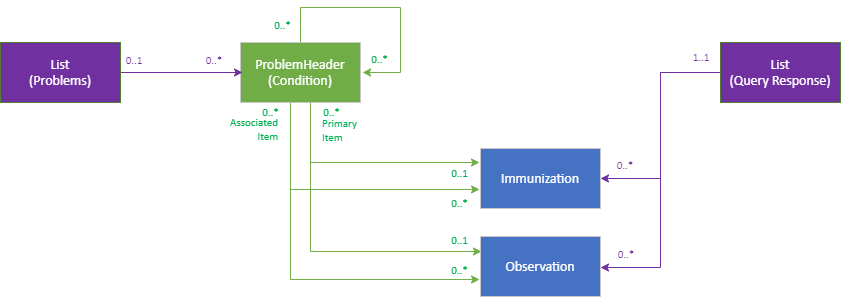
This is images/access_structured/Immunisation_Return_2.png from nhsconnect/gpconnect, a draw.io export, as it was before one commit. Source tidied: cells renumbered, new cells last; positions are measured from the earlier drawing's top-left corner, leaving out a move shared by most shapes. The source it was exported from:
```xml
<mxGraphModel>
  <root>
    <mxCell id="0" />
    <mxCell id="1" parent="0" />
    <mxCell id="2" value="&lt;font style=&quot;font-size:14px;font-family:Calibri;color:#feffff;direction:ltr;letter-spacing:0px;line-height:120%;opacity:1&quot;&gt;Immunization&lt;br/&gt;&lt;/font&gt;" style="verticalAlign=middle;align=center;vsdxID=1041;fillColor=#4672c4;gradientColor=none;shape=(stored shape, 160 characters);strokeColor=#c8c8c8;spacingTop=-1;spacingBottom=-1;spacingLeft=-1;spacingRight=-1;labelBackgroundColor=none;rounded=0;html=1;whiteSpace=wrap;" parent="1" vertex="1">
      <mxGeometry x="480" y="141" width="120" height="60" as="geometry" />
    </mxCell>
    <mxCell id="3" style="edgeStyle=orthogonalEdgeStyle;rounded=0;orthogonalLoop=1;jettySize=auto;html=1;strokeColor=#70AD47;entryX=1.017;entryY=0.5;entryDx=0;entryDy=0;entryPerimeter=0;" parent="1" edge="1" source="8" target="8">
      <mxGeometry relative="1" as="geometry">
        <Array as="points">
          <mxPoint x="300" />
          <mxPoint x="400" />
          <mxPoint x="400" y="65" />
        </Array>
      </mxGeometry>
    </mxCell>
    <mxCell id="4" style="edgeStyle=orthogonalEdgeStyle;rounded=0;jettySize=auto;html=1;strokeColor=#70AD47;" parent="1" edge="1" source="8">
      <mxGeometry relative="1" as="geometry">
        <mxPoint x="479" y="155" as="targetPoint" />
        <Array as="points">
          <mxPoint x="310" y="155" />
        </Array>
      </mxGeometry>
    </mxCell>
    <mxCell id="5" style="edgeStyle=orthogonalEdgeStyle;rounded=0;jettySize=auto;html=1;entryX=-0.008;entryY=0.683;entryDx=0;entryDy=0;entryPerimeter=0;strokeColor=#70AD47;" parent="1" edge="1" source="8" target="2">
      <mxGeometry relative="1" as="geometry">
        <Array as="points">
          <mxPoint x="290" y="182" />
        </Array>
      </mxGeometry>
    </mxCell>
    <mxCell id="6" style="edgeStyle=orthogonalEdgeStyle;rounded=0;jettySize=auto;html=1;entryX=0.008;entryY=0.25;entryDx=0;entryDy=0;entryPerimeter=0;strokeColor=#70AD47;" parent="1" edge="1" source="8" target="16">
      <mxGeometry relative="1" as="geometry">
        <Array as="points">
          <mxPoint x="310" y="244" />
        </Array>
      </mxGeometry>
    </mxCell>
    <mxCell id="7" style="edgeStyle=orthogonalEdgeStyle;rounded=0;jettySize=auto;html=1;entryX=-0.008;entryY=0.717;entryDx=0;entryDy=0;entryPerimeter=0;strokeColor=#70AD47;" parent="1" edge="1" source="8" target="16">
      <mxGeometry relative="1" as="geometry">
        <Array as="points">
          <mxPoint x="290" y="272" />
        </Array>
      </mxGeometry>
    </mxCell>
    <mxCell id="8" value="&lt;font style=&quot;font-size:14px;font-family:Calibri;color:#feffff;direction:ltr;letter-spacing:0px;line-height:120%;opacity:1&quot;&gt;ProblemHeader&lt;br/&gt;(Condition)&lt;br/&gt;&lt;/font&gt;" style="verticalAlign=middle;align=center;vsdxID=1056;fillColor=#70ad47;gradientColor=none;shape=(stored shape, 160 characters);strokeColor=#c8c8c8;spacingTop=-1;spacingBottom=-1;spacingLeft=-1;spacingRight=-1;labelBackgroundColor=none;rounded=0;html=1;whiteSpace=wrap;" parent="1" vertex="1">
      <mxGeometry x="240" y="35" width="120" height="60" as="geometry" />
    </mxCell>
    <mxCell id="9" value="&lt;p style=&quot;align:left;margin-left:0;margin-right:0;margin-top:0px;margin-bottom:0px;text-indent:0;valign:middle;direction:ltr;&quot;&gt;&lt;font style=&quot;font-size:11px;font-family:Calibri;color:#00b050;direction:ltr;letter-spacing:0px;line-height:120%;opacity:1&quot;&gt;Primary&lt;br/&gt;Item&lt;br/&gt;&lt;/font&gt;&lt;/p&gt;" style="verticalAlign=middle;align=left;vsdxID=1087;fillColor=none;gradientColor=none;shape=(stored shape, 160 characters);strokeColor=none;labelBackgroundColor=none;rounded=0;html=1;whiteSpace=wrap;" parent="1" vertex="1">
      <mxGeometry x="320" y="109" width="80" height="26" as="geometry" />
    </mxCell>
    <mxCell id="10" value="&lt;p style=&quot;align:right;margin-left:0;margin-right:0;margin-top:0px;margin-bottom:0px;text-indent:0;valign:middle;direction:ltr;&quot;&gt;&lt;font style=&quot;font-size:11px;font-family:Calibri;color:#00b050;direction:ltr;letter-spacing:0px;line-height:120%;opacity:1&quot;&gt;Associated&lt;br/&gt;Item&lt;br/&gt;&lt;/font&gt;&lt;/p&gt;" style="verticalAlign=middle;align=right;vsdxID=1088;fillColor=none;gradientColor=none;shape=(stored shape, 160 characters);strokeColor=none;labelBackgroundColor=none;rounded=0;html=1;whiteSpace=wrap;" parent="1" vertex="1">
      <mxGeometry x="200" y="108" width="80" height="26" as="geometry" />
    </mxCell>
    <mxCell id="11" style="edgeStyle=orthogonalEdgeStyle;rounded=0;jettySize=auto;html=1;entryX=1;entryY=0.5;entryDx=0;entryDy=0;entryPerimeter=0;strokeColor=#7030A0;" parent="1" edge="1" source="13" target="2">
      <mxGeometry relative="1" as="geometry" />
    </mxCell>
    <mxCell id="12" style="edgeStyle=orthogonalEdgeStyle;rounded=0;jettySize=auto;html=1;entryX=1;entryY=0.517;entryDx=0;entryDy=0;entryPerimeter=0;strokeColor=#7030A0;" parent="1" edge="1" source="13" target="16">
      <mxGeometry relative="1" as="geometry" />
    </mxCell>
    <mxCell id="13" value="&lt;font style=&quot;font-size:14px;font-family:Calibri;color:#feffff;direction:ltr;letter-spacing:0px;line-height:120%;opacity:1&quot;&gt;List&lt;br/&gt;(Query Response)&lt;br/&gt;&lt;/font&gt;" style="verticalAlign=middle;align=center;vsdxID=1089;fillColor=#7030a0;gradientColor=none;shape=(stored shape, 160 characters);strokeColor=#507e32;spacingTop=-1;spacingBottom=-1;spacingLeft=-1;spacingRight=-1;labelBackgroundColor=none;rounded=0;html=1;whiteSpace=wrap;" parent="1" vertex="1">
      <mxGeometry x="720" y="35" width="120" height="60" as="geometry" />
    </mxCell>
    <mxCell id="14" style="edgeStyle=orthogonalEdgeStyle;rounded=0;jettySize=auto;html=1;entryX=0.017;entryY=0.5;entryDx=0;entryDy=0;entryPerimeter=0;strokeColor=#7030A0;" parent="1" edge="1" source="15" target="8">
      <mxGeometry relative="1" as="geometry" />
    </mxCell>
    <mxCell id="15" value="&lt;font style=&quot;font-size: 14px ; font-family: &amp;#34;calibri&amp;#34; ; color: #feffff ; direction: ltr ; letter-spacing: 0px ; line-height: 120% ; opacity: 1&quot;&gt;List&lt;br&gt;(Problems)&lt;br&gt;&lt;/font&gt;" style="verticalAlign=middle;align=center;vsdxID=1089;fillColor=#7030a0;gradientColor=none;shape=(stored shape, 160 characters);strokeColor=#507e32;spacingTop=-1;spacingBottom=-1;spacingLeft=-1;spacingRight=-1;labelBackgroundColor=none;rounded=0;html=1;whiteSpace=wrap;" parent="1" vertex="1">
      <mxGeometry y="35" width="120" height="60" as="geometry" />
    </mxCell>
    <mxCell id="16" value="&lt;font style=&quot;font-size: 14px ; font-family: &amp;#34;calibri&amp;#34; ; color: #feffff ; direction: ltr ; letter-spacing: 0px ; line-height: 120% ; opacity: 1&quot;&gt;Observation&lt;br&gt;&lt;/font&gt;" style="verticalAlign=middle;align=center;vsdxID=1041;fillColor=#4672c4;gradientColor=none;shape=(stored shape, 160 characters);strokeColor=#c8c8c8;spacingTop=-1;spacingBottom=-1;spacingLeft=-1;spacingRight=-1;labelBackgroundColor=none;rounded=0;html=1;whiteSpace=wrap;" parent="1" vertex="1">
      <mxGeometry x="480" y="229" width="120" height="60" as="geometry" />
    </mxCell>
    <mxCell id="17" value="&lt;font style=&quot;font-size:11px;font-family:Calibri;color:#00b050;direction:ltr;letter-spacing:0px;line-height:120%;opacity:1&quot;&gt;0..*&lt;br/&gt;&lt;/font&gt;" style="verticalAlign=middle;align=center;vsdxID=1079;fillColor=none;gradientColor=none;strokeColor=none;spacingTop=-3;spacingBottom=-3;spacingLeft=-3;spacingRight=-3;labelBackgroundColor=none;rounded=0;html=1;whiteSpace=wrap;" parent="1" vertex="1">
      <mxGeometry x="261" y="97" width="19" height="13" as="geometry" />
    </mxCell>
    <mxCell id="18" value="&lt;font style=&quot;font-size:11px;font-family:Calibri;color:#00b050;direction:ltr;letter-spacing:0px;line-height:120%;opacity:1&quot;&gt;0..*&lt;br/&gt;&lt;/font&gt;" style="verticalAlign=middle;align=center;vsdxID=1079;fillColor=none;gradientColor=none;strokeColor=none;spacingTop=-3;spacingBottom=-3;spacingLeft=-3;spacingRight=-3;labelBackgroundColor=none;rounded=0;html=1;whiteSpace=wrap;" parent="1" vertex="1">
      <mxGeometry x="322" y="97" width="19" height="13" as="geometry" />
    </mxCell>
    <mxCell id="19" value="&lt;font style=&quot;font-size:11px;font-family:Calibri;color:#00b050;direction:ltr;letter-spacing:0px;line-height:120%;opacity:1&quot;&gt;0..*&lt;br/&gt;&lt;/font&gt;" style="verticalAlign=middle;align=center;vsdxID=1079;fillColor=none;gradientColor=none;strokeColor=none;spacingTop=-3;spacingBottom=-3;spacingLeft=-3;spacingRight=-3;labelBackgroundColor=none;rounded=0;html=1;whiteSpace=wrap;" parent="1" vertex="1">
      <mxGeometry x="450" y="188" width="19" height="13" as="geometry" />
    </mxCell>
    <mxCell id="20" value="&lt;font style=&quot;font-size: 11px ; font-family: &amp;#34;calibri&amp;#34; ; color: #00b050 ; direction: ltr ; letter-spacing: 0px ; line-height: 120% ; opacity: 1&quot;&gt;0..1&lt;br&gt;&lt;/font&gt;" style="verticalAlign=middle;align=center;vsdxID=1079;fillColor=none;gradientColor=none;strokeColor=none;spacingTop=-3;spacingBottom=-3;spacingLeft=-3;spacingRight=-3;labelBackgroundColor=none;rounded=0;html=1;whiteSpace=wrap;" parent="1" vertex="1">
      <mxGeometry x="450" y="158" width="19" height="13" as="geometry" />
    </mxCell>
    <mxCell id="21" value="&lt;font style=&quot;font-size: 11px ; font-family: &amp;#34;calibri&amp;#34; ; color: #00b050 ; direction: ltr ; letter-spacing: 0px ; line-height: 120% ; opacity: 1&quot;&gt;0..1&lt;br&gt;&lt;/font&gt;" style="verticalAlign=middle;align=center;vsdxID=1079;fillColor=none;gradientColor=none;strokeColor=none;spacingTop=-3;spacingBottom=-3;spacingLeft=-3;spacingRight=-3;labelBackgroundColor=none;rounded=0;html=1;whiteSpace=wrap;" parent="1" vertex="1">
      <mxGeometry x="450" y="225" width="19" height="13" as="geometry" />
    </mxCell>
    <mxCell id="22" value="&lt;font style=&quot;font-size:11px;font-family:Calibri;color:#00b050;direction:ltr;letter-spacing:0px;line-height:120%;opacity:1&quot;&gt;0..*&lt;br/&gt;&lt;/font&gt;" style="verticalAlign=middle;align=center;vsdxID=1079;fillColor=none;gradientColor=none;strokeColor=none;spacingTop=-3;spacingBottom=-3;spacingLeft=-3;spacingRight=-3;labelBackgroundColor=none;rounded=0;html=1;whiteSpace=wrap;" parent="1" vertex="1">
      <mxGeometry x="450" y="255" width="19" height="13" as="geometry" />
    </mxCell>
    <mxCell id="23" value="Connector" parent="0" />
    <mxCell id="24" style="vsdxID=1077;fillColor=none;gradientColor=none;shape=(stored shape, 176 characters);strokeColor=#00b050;strokeWidth=2;labelBackgroundColor=#ffffff;rounded=0;html=1;whiteSpace=wrap;" parent="23" vertex="1">
      <mxGeometry x="300" y="65" width="60" height="-30" as="geometry" />
    </mxCell>
    <mxCell id="25" value="&lt;font style=&quot;font-size:11px;font-family:Calibri;color:#00b050;direction:ltr;letter-spacing:0px;line-height:120%;opacity:1&quot;&gt;0..*&lt;br/&gt;&lt;/font&gt;" style="verticalAlign=middle;align=center;vsdxID=1078;fillColor=none;gradientColor=none;strokeColor=none;spacingTop=-3;spacingBottom=-3;spacingLeft=-3;spacingRight=-3;labelBackgroundColor=none;rounded=0;html=1;whiteSpace=wrap;" parent="24" vertex="1">
      <mxGeometry x="-27" y="-55" width="19" height="13" as="geometry" />
    </mxCell>
    <mxCell id="26" value="&lt;font style=&quot;font-size:11px;font-family:Calibri;color:#00b050;direction:ltr;letter-spacing:0px;line-height:120%;opacity:1&quot;&gt;0..*&lt;br/&gt;&lt;/font&gt;" style="verticalAlign=middle;align=center;vsdxID=1079;fillColor=none;gradientColor=none;strokeColor=none;spacingTop=-3;spacingBottom=-3;spacingLeft=-3;spacingRight=-3;labelBackgroundColor=none;rounded=0;html=1;whiteSpace=wrap;" parent="24" vertex="1">
      <mxGeometry x="70" y="-21" width="19" height="13" as="geometry" />
    </mxCell>
    <mxCell id="27" style="vsdxID=1090;fillColor=none;gradientColor=none;shape=(stored shape, 148 characters);strokeColor=#7030a0;strokeWidth=2;labelBackgroundColor=#FFFFFF;rounded=0;html=1;whiteSpace=wrap;" parent="23" vertex="1">
      <mxGeometry x="700" y="115" width="-20" height="-80" as="geometry" />
    </mxCell>
    <mxCell id="28" style="vsdxID=1090;fillColor=none;gradientColor=none;shape=(stored shape, 148 characters);strokeColor=#7030a0;strokeWidth=2;labelBackgroundColor=#FFFFFF;rounded=0;html=1;whiteSpace=wrap;" parent="23" vertex="1">
      <mxGeometry x="240" y="65" width="-20" height="-80" as="geometry" />
    </mxCell>
    <mxCell id="29" value="&lt;font style=&quot;font-size:11px;font-family:Calibri;color:#7030a0;direction:ltr;letter-spacing:0px;line-height:120%;opacity:1&quot;&gt;0&lt;/font&gt;&lt;font style=&quot;font-size:11px;font-family:Calibri;color:#7030a0;direction:ltr;letter-spacing:0px;line-height:120%;opacity:1&quot;&gt;..*&lt;br/&gt;&lt;/font&gt;" style="verticalAlign=middle;align=center;vsdxID=1092;fillColor=none;gradientColor=none;strokeColor=none;labelBackgroundColor=#FFFFFF;rounded=0;html=1;whiteSpace=wrap;" parent="28" vertex="1">
      <mxGeometry x="-41" y="-25" width="30" height="24" as="geometry" />
    </mxCell>
    <mxCell id="30" style="vsdxID=1090;fillColor=none;gradientColor=none;shape=(stored shape, 148 characters);strokeColor=#7030a0;strokeWidth=2;labelBackgroundColor=#FFFFFF;rounded=0;html=1;whiteSpace=wrap;" parent="23" vertex="1">
      <mxGeometry x="160" y="65" width="-20" height="-80" as="geometry" />
    </mxCell>
    <mxCell id="31" value="&lt;font style=&quot;font-size: 11px ; font-family: &amp;#34;calibri&amp;#34; ; color: #7030a0 ; direction: ltr ; letter-spacing: 0px ; line-height: 120% ; opacity: 1&quot;&gt;0&lt;/font&gt;&lt;font style=&quot;font-size: 11px ; font-family: &amp;#34;calibri&amp;#34; ; color: #7030a0 ; direction: ltr ; letter-spacing: 0px ; line-height: 120% ; opacity: 1&quot;&gt;..1&lt;br&gt;&lt;/font&gt;" style="verticalAlign=middle;align=center;vsdxID=1092;fillColor=none;gradientColor=none;strokeColor=none;labelBackgroundColor=#FFFFFF;rounded=0;html=1;whiteSpace=wrap;" parent="30" vertex="1">
      <mxGeometry x="-41" y="-25" width="30" height="24" as="geometry" />
    </mxCell>
    <mxCell id="32" value="&lt;font style=&quot;font-size:11px;font-family:Calibri;color:#7030a0;direction:ltr;letter-spacing:0px;line-height:120%;opacity:1&quot;&gt;1&lt;/font&gt;&lt;font style=&quot;font-size:11px;font-family:Calibri;color:#7030a0;direction:ltr;letter-spacing:0px;line-height:120%;opacity:1&quot;&gt;..1&lt;br/&gt;&lt;/font&gt;" style="verticalAlign=middle;align=center;vsdxID=1091;fillColor=none;gradientColor=none;strokeColor=none;labelBackgroundColor=#FFFFFF;rounded=0;html=1;whiteSpace=wrap;" parent="23" vertex="1">
      <mxGeometry x="686" y="37" width="30" height="24" as="geometry" />
    </mxCell>
    <mxCell id="33" value="&lt;font style=&quot;font-size:11px;font-family:Calibri;color:#7030a0;direction:ltr;letter-spacing:0px;line-height:120%;opacity:1&quot;&gt;0&lt;/font&gt;&lt;font style=&quot;font-size:11px;font-family:Calibri;color:#7030a0;direction:ltr;letter-spacing:0px;line-height:120%;opacity:1&quot;&gt;..*&lt;br/&gt;&lt;/font&gt;" style="verticalAlign=middle;align=center;vsdxID=1092;fillColor=none;gradientColor=none;strokeColor=none;labelBackgroundColor=#FFFFFF;rounded=0;html=1;whiteSpace=wrap;" parent="23" vertex="1">
      <mxGeometry x="610" y="145" width="30" height="24" as="geometry" />
    </mxCell>
    <mxCell id="34" value="&lt;font style=&quot;font-size:11px;font-family:Calibri;color:#7030a0;direction:ltr;letter-spacing:0px;line-height:120%;opacity:1&quot;&gt;0&lt;/font&gt;&lt;font style=&quot;font-size:11px;font-family:Calibri;color:#7030a0;direction:ltr;letter-spacing:0px;line-height:120%;opacity:1&quot;&gt;..*&lt;br/&gt;&lt;/font&gt;" style="verticalAlign=middle;align=center;vsdxID=1092;fillColor=none;gradientColor=none;strokeColor=none;labelBackgroundColor=#FFFFFF;rounded=0;html=1;whiteSpace=wrap;" parent="23" vertex="1">
      <mxGeometry x="611" y="234" width="30" height="24" as="geometry" />
    </mxCell>
    <mxCell id="35" value="Annotations" parent="0" />
    <mxCell id="36" value="Relationships" parent="0" />
  </root>
</mxGraphModel>
```
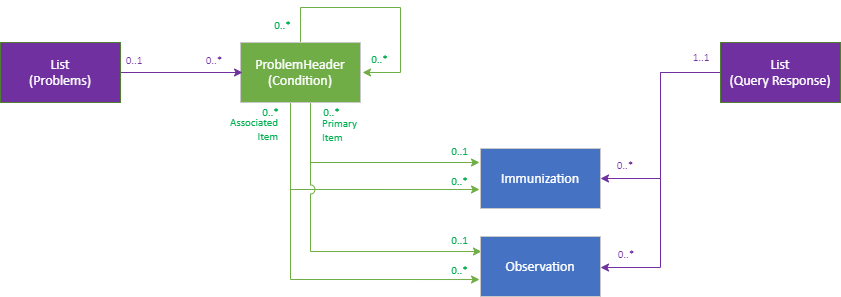
The same file after the commit.

Diff of the diagram source:
```diff
@@ -22,14 +22,14 @@
         </Array>
       </mxGeometry>
     </mxCell>
-    <mxCell id="5" style="edgeStyle=orthogonalEdgeStyle;rounded=0;jettySize=auto;html=1;entryX=-0.008;entryY=0.683;entryDx=0;entryDy=0;entryPerimeter=0;strokeColor=#70AD47;" parent="1" edge="1" source="8" target="2">
+    <mxCell id="5" style="edgeStyle=orthogonalEdgeStyle;rounded=0;jettySize=auto;html=1;entryX=-0.008;entryY=0.683;entryDx=0;entryDy=0;entryPerimeter=0;strokeColor=#70AD47;jumpStyle=arc;" parent="1" edge="1" source="8" target="2">
       <mxGeometry relative="1" as="geometry">
         <Array as="points">
           <mxPoint x="290" y="182" />
         </Array>
       </mxGeometry>
     </mxCell>
-    <mxCell id="6" style="edgeStyle=orthogonalEdgeStyle;rounded=0;jettySize=auto;html=1;entryX=0.008;entryY=0.25;entryDx=0;entryDy=0;entryPerimeter=0;strokeColor=#70AD47;" parent="1" edge="1" source="8" target="16">
+    <mxCell id="6" style="edgeStyle=orthogonalEdgeStyle;rounded=0;jettySize=auto;html=1;entryX=0.008;entryY=0.25;entryDx=0;entryDy=0;entryPerimeter=0;strokeColor=#70AD47;jumpStyle=arc;jumpSize=9;" parent="1" edge="1" source="8" target="16">
       <mxGeometry relative="1" as="geometry">
         <Array as="points">
           <mxPoint x="310" y="244" />
@@ -77,10 +77,10 @@
       <mxGeometry x="322" y="97" width="19" height="13" as="geometry" />
     </mxCell>
     <mxCell id="19" value="&lt;font style=&quot;font-size:11px;font-family:Calibri;color:#00b050;direction:ltr;letter-spacing:0px;line-height:120%;opacity:1&quot;&gt;0..*&lt;br/&gt;&lt;/font&gt;" style="verticalAlign=middle;align=center;vsdxID=1079;fillColor=none;gradientColor=none;strokeColor=none;spacingTop=-3;spacingBottom=-3;spacingLeft=-3;spacingRight=-3;labelBackgroundColor=none;rounded=0;html=1;whiteSpace=wrap;" parent="1" vertex="1">
-      <mxGeometry x="450" y="188" width="19" height="13" as="geometry" />
+      <mxGeometry x="450" y="166" width="19" height="13" as="geometry" />
     </mxCell>
     <mxCell id="20" value="&lt;font style=&quot;font-size: 11px ; font-family: &amp;#34;calibri&amp;#34; ; color: #00b050 ; direction: ltr ; letter-spacing: 0px ; line-height: 120% ; opacity: 1&quot;&gt;0..1&lt;br&gt;&lt;/font&gt;" style="verticalAlign=middle;align=center;vsdxID=1079;fillColor=none;gradientColor=none;strokeColor=none;spacingTop=-3;spacingBottom=-3;spacingLeft=-3;spacingRight=-3;labelBackgroundColor=none;rounded=0;html=1;whiteSpace=wrap;" parent="1" vertex="1">
-      <mxGeometry x="450" y="158" width="19" height="13" as="geometry" />
+      <mxGeometry x="450" y="136" width="19" height="13" as="geometry" />
     </mxCell>
     <mxCell id="21" value="&lt;font style=&quot;font-size: 11px ; font-family: &amp;#34;calibri&amp;#34; ; color: #00b050 ; direction: ltr ; letter-spacing: 0px ; line-height: 120% ; opacity: 1&quot;&gt;0..1&lt;br&gt;&lt;/font&gt;" style="verticalAlign=middle;align=center;vsdxID=1079;fillColor=none;gradientColor=none;strokeColor=none;spacingTop=-3;spacingBottom=-3;spacingLeft=-3;spacingRight=-3;labelBackgroundColor=none;rounded=0;html=1;whiteSpace=wrap;" parent="1" vertex="1">
       <mxGeometry x="450" y="225" width="19" height="13" as="geometry" />
```
